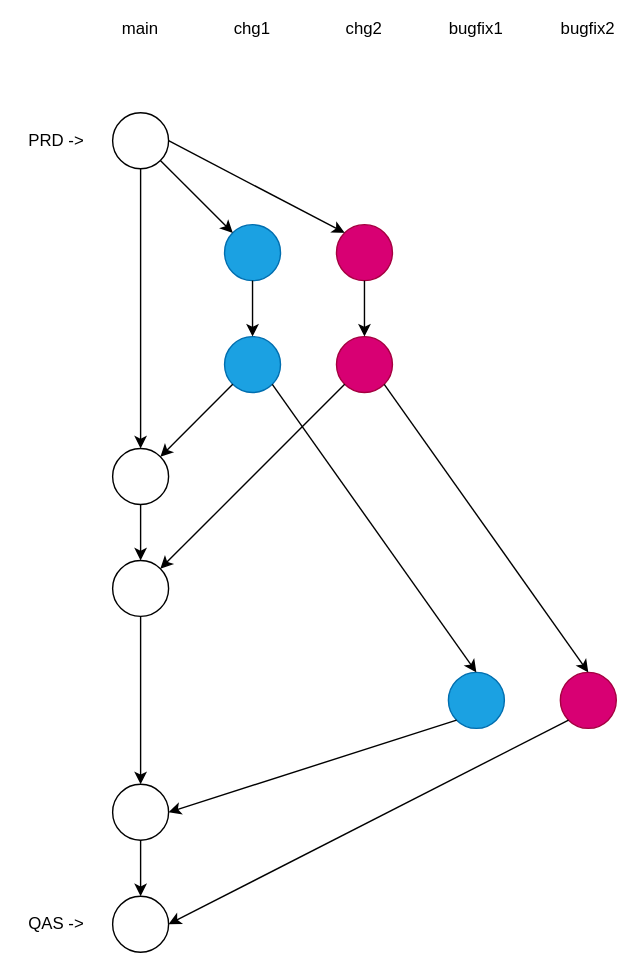
Before: bugfixed2.drawio.svg, a diagram exported from draw.io (larshp/two-alv-reports). Source tidied: cells renumbered, new cells last; positions are measured from the earlier drawing's top-left corner, leaving out a move shared by most shapes. Its diagram source:
```xml
<mxGraphModel background="#ffffff">
  <root>
    <mxCell id="0" />
    <mxCell id="1" parent="0" />
    <mxCell id="2" style="ellipse;whiteSpace=wrap;html=1;" parent="1" vertex="1">
      <mxGeometry x="80" y="80" width="40" height="40" as="geometry" />
    </mxCell>
    <mxCell id="3" style="ellipse;whiteSpace=wrap;html=1;fillColor=#1ba1e2;fontColor=#ffffff;strokeColor=#006EAF;" parent="1" vertex="1">
      <mxGeometry x="160" y="160" width="40" height="40" as="geometry" />
    </mxCell>
    <mxCell id="4" style="ellipse;whiteSpace=wrap;html=1;fillColor=#d80073;fontColor=#ffffff;strokeColor=#A50040;" parent="1" vertex="1">
      <mxGeometry x="240" y="160" width="40" height="40" as="geometry" />
    </mxCell>
    <mxCell id="5" value="main" style="text;html=1;strokeColor=none;fillColor=none;align=center;verticalAlign=middle;whiteSpace=wrap;rounded=0;" parent="1" vertex="1">
      <mxGeometry x="80" width="40" height="40" as="geometry" />
    </mxCell>
    <mxCell id="6" value="chg1" style="text;html=1;strokeColor=none;fillColor=none;align=center;verticalAlign=middle;whiteSpace=wrap;rounded=0;" parent="1" vertex="1">
      <mxGeometry x="160" width="40" height="40" as="geometry" />
    </mxCell>
    <mxCell id="7" value="chg2" style="text;html=1;strokeColor=none;fillColor=none;align=center;verticalAlign=middle;whiteSpace=wrap;rounded=0;" parent="1" vertex="1">
      <mxGeometry x="240" width="40" height="40" as="geometry" />
    </mxCell>
    <mxCell id="8" style="endArrow=classic;html=1;exitX=1;exitY=1;exitDx=0;exitDy=0;entryX=0;entryY=0;entryDx=0;entryDy=0;" parent="1" edge="1" source="2" target="3">
      <mxGeometry relative="1" as="geometry" />
    </mxCell>
    <mxCell id="9" style="endArrow=classic;html=1;exitX=1;exitY=0.5;exitDx=0;exitDy=0;entryX=0;entryY=0;entryDx=0;entryDy=0;" parent="1" edge="1" source="2" target="4">
      <mxGeometry relative="1" as="geometry" />
    </mxCell>
    <mxCell id="10" style="ellipse;whiteSpace=wrap;html=1;fillColor=#1ba1e2;fontColor=#ffffff;strokeColor=#006EAF;" parent="1" vertex="1">
      <mxGeometry x="160" y="240" width="40" height="40" as="geometry" />
    </mxCell>
    <mxCell id="11" style="ellipse;whiteSpace=wrap;html=1;fillColor=#d80073;fontColor=#ffffff;strokeColor=#A50040;" parent="1" vertex="1">
      <mxGeometry x="240" y="240" width="40" height="40" as="geometry" />
    </mxCell>
    <mxCell id="12" style="endArrow=classic;html=1;exitX=0.5;exitY=1;exitDx=0;exitDy=0;entryX=0.5;entryY=0;entryDx=0;entryDy=0;" parent="1" edge="1" source="3" target="10">
      <mxGeometry relative="1" as="geometry" />
    </mxCell>
    <mxCell id="13" style="endArrow=classic;html=1;exitX=0.5;exitY=1;exitDx=0;exitDy=0;entryX=0.5;entryY=0;entryDx=0;entryDy=0;" parent="1" edge="1" source="4" target="11">
      <mxGeometry relative="1" as="geometry" />
    </mxCell>
    <mxCell id="14" value="PRD -&amp;gt;" style="text;html=1;strokeColor=none;fillColor=none;align=center;verticalAlign=middle;whiteSpace=wrap;rounded=0;" parent="1" vertex="1">
      <mxGeometry y="85" width="80" height="30" as="geometry" />
    </mxCell>
    <mxCell id="15" style="ellipse;whiteSpace=wrap;html=1;" parent="1" vertex="1">
      <mxGeometry x="80" y="320" width="40" height="40" as="geometry" />
    </mxCell>
    <mxCell id="16" style="ellipse;whiteSpace=wrap;html=1;" parent="1" vertex="1">
      <mxGeometry x="80" y="400" width="40" height="40" as="geometry" />
    </mxCell>
    <mxCell id="17" style="endArrow=classic;html=1;exitX=0;exitY=1;exitDx=0;exitDy=0;entryX=1;entryY=0;entryDx=0;entryDy=0;" parent="1" edge="1" source="10" target="15">
      <mxGeometry relative="1" as="geometry" />
    </mxCell>
    <mxCell id="18" style="endArrow=classic;html=1;entryX=1;entryY=0;entryDx=0;entryDy=0;exitX=0;exitY=1;exitDx=0;exitDy=0;" parent="1" edge="1" source="11" target="16">
      <mxGeometry relative="1" as="geometry" />
    </mxCell>
    <mxCell id="19" style="endArrow=classic;html=1;exitX=0.5;exitY=1;exitDx=0;exitDy=0;entryX=0.5;entryY=0;entryDx=0;entryDy=0;" parent="1" edge="1" source="15" target="16">
      <mxGeometry relative="1" as="geometry" />
    </mxCell>
    <mxCell id="20" value="bugfix1" style="text;html=1;strokeColor=none;fillColor=none;align=center;verticalAlign=middle;whiteSpace=wrap;rounded=0;" parent="1" vertex="1">
      <mxGeometry x="320" width="40" height="40" as="geometry" />
    </mxCell>
    <mxCell id="21" value="bugfix2" style="text;html=1;strokeColor=none;fillColor=none;align=center;verticalAlign=middle;whiteSpace=wrap;rounded=0;" parent="1" vertex="1">
      <mxGeometry x="400" width="40" height="40" as="geometry" />
    </mxCell>
    <mxCell id="22" style="ellipse;whiteSpace=wrap;html=1;fillColor=#1ba1e2;fontColor=#ffffff;strokeColor=#006EAF;" parent="1" vertex="1">
      <mxGeometry x="320" y="480" width="40" height="40" as="geometry" />
    </mxCell>
    <mxCell id="23" style="ellipse;whiteSpace=wrap;html=1;fillColor=#d80073;fontColor=#ffffff;strokeColor=#A50040;" parent="1" vertex="1">
      <mxGeometry x="400" y="480" width="40" height="40" as="geometry" />
    </mxCell>
    <mxCell id="24" style="endArrow=classic;html=1;exitX=1;exitY=1;exitDx=0;exitDy=0;entryX=0.5;entryY=0;entryDx=0;entryDy=0;" parent="1" edge="1" source="10" target="22">
      <mxGeometry relative="1" as="geometry" />
    </mxCell>
    <mxCell id="25" style="endArrow=classic;html=1;exitX=1;exitY=1;exitDx=0;exitDy=0;entryX=0.5;entryY=0;entryDx=0;entryDy=0;" parent="1" edge="1" source="11" target="23">
      <mxGeometry relative="1" as="geometry" />
    </mxCell>
    <mxCell id="26" style="ellipse;whiteSpace=wrap;html=1;" parent="1" vertex="1">
      <mxGeometry x="80" y="560" width="40" height="40" as="geometry" />
    </mxCell>
    <mxCell id="27" value="QAS -&amp;gt;" style="text;html=1;strokeColor=none;fillColor=none;align=center;verticalAlign=middle;whiteSpace=wrap;rounded=0;" parent="1" vertex="1">
      <mxGeometry y="645" width="80" height="30" as="geometry" />
    </mxCell>
    <mxCell id="28" style="endArrow=classic;html=1;exitX=0;exitY=1;exitDx=0;exitDy=0;entryX=1;entryY=0.5;entryDx=0;entryDy=0;" parent="1" edge="1" source="22" target="26">
      <mxGeometry relative="1" as="geometry" />
    </mxCell>
    <mxCell id="29" style="endArrow=classic;html=1;entryX=0.5;entryY=0;entryDx=0;entryDy=0;exitX=0.5;exitY=1;exitDx=0;exitDy=0;" parent="1" edge="1" source="16" target="26">
      <mxGeometry relative="1" as="geometry" />
    </mxCell>
    <mxCell id="30" style="endArrow=classic;html=1;exitX=0;exitY=1;exitDx=0;exitDy=0;entryX=1;entryY=0.5;entryDx=0;entryDy=0;" parent="1" edge="1" source="23" target="31">
      <mxGeometry relative="1" as="geometry" />
    </mxCell>
    <mxCell id="31" style="ellipse;whiteSpace=wrap;html=1;" parent="1" vertex="1">
      <mxGeometry x="80" y="640" width="40" height="40" as="geometry" />
    </mxCell>
    <mxCell id="32" style="endArrow=classic;html=1;entryX=0.5;entryY=0;entryDx=0;entryDy=0;exitX=0.5;exitY=1;exitDx=0;exitDy=0;" parent="1" edge="1" source="26" target="31">
      <mxGeometry relative="1" as="geometry" />
    </mxCell>
    <mxCell id="33" style="endArrow=classic;html=1;exitX=0.5;exitY=1;exitDx=0;exitDy=0;entryX=0.5;entryY=0;entryDx=0;entryDy=0;" parent="1" edge="1" source="2" target="15">
      <mxGeometry relative="1" as="geometry" />
    </mxCell>
  </root>
</mxGraphModel>
```
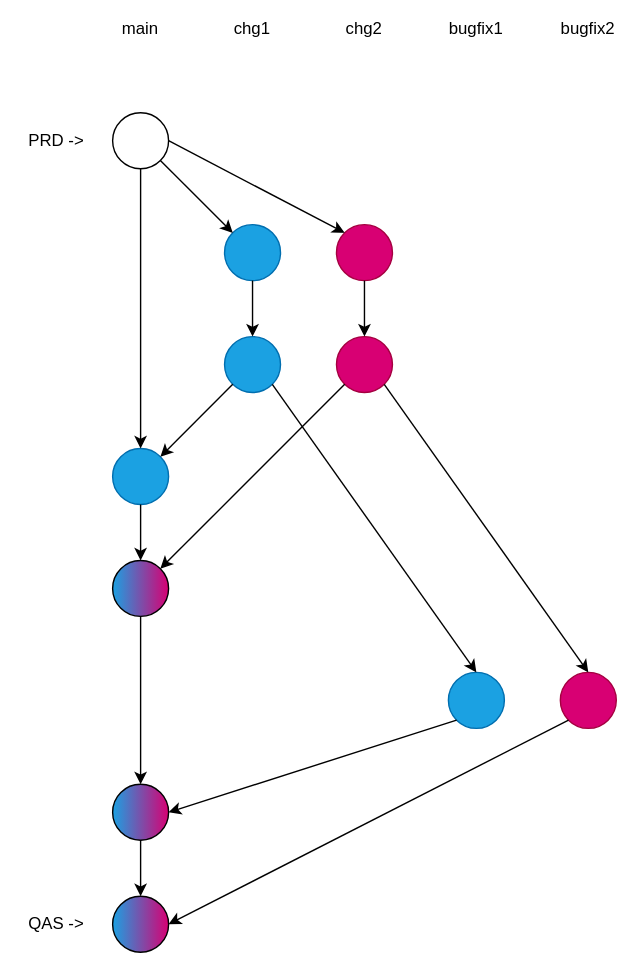
Later version of the same file.

The edit, as a diff of the source:
```diff
@@ -41,10 +41,10 @@
     <mxCell id="14" value="PRD -&amp;gt;" style="text;html=1;strokeColor=none;fillColor=none;align=center;verticalAlign=middle;whiteSpace=wrap;rounded=0;" parent="1" vertex="1">
       <mxGeometry y="85" width="80" height="30" as="geometry" />
     </mxCell>
-    <mxCell id="15" style="ellipse;whiteSpace=wrap;html=1;" parent="1" vertex="1">
+    <mxCell id="15" style="ellipse;whiteSpace=wrap;html=1;gradientColor=#1BA1E2;gradientDirection=west;fillColor=#1ba1e2;strokeColor=#006EAF;fontColor=#ffffff;" parent="1" vertex="1">
       <mxGeometry x="80" y="320" width="40" height="40" as="geometry" />
     </mxCell>
-    <mxCell id="16" style="ellipse;whiteSpace=wrap;html=1;" parent="1" vertex="1">
+    <mxCell id="16" style="ellipse;whiteSpace=wrap;html=1;fillColor=#D80073;gradientColor=#1BA1E2;gradientDirection=west;" parent="1" vertex="1">
       <mxGeometry x="80" y="400" width="40" height="40" as="geometry" />
     </mxCell>
     <mxCell id="17" style="endArrow=classic;html=1;exitX=0;exitY=1;exitDx=0;exitDy=0;entryX=1;entryY=0;entryDx=0;entryDy=0;" parent="1" edge="1" source="10" target="15">
@@ -74,7 +74,7 @@
     <mxCell id="25" style="endArrow=classic;html=1;exitX=1;exitY=1;exitDx=0;exitDy=0;entryX=0.5;entryY=0;entryDx=0;entryDy=0;" parent="1" edge="1" source="11" target="23">
       <mxGeometry relative="1" as="geometry" />
     </mxCell>
-    <mxCell id="26" style="ellipse;whiteSpace=wrap;html=1;" parent="1" vertex="1">
+    <mxCell id="26" style="ellipse;whiteSpace=wrap;html=1;fillColor=#D80073;gradientColor=#1BA1E2;gradientDirection=west;" parent="1" vertex="1">
       <mxGeometry x="80" y="560" width="40" height="40" as="geometry" />
     </mxCell>
     <mxCell id="27" value="QAS -&amp;gt;" style="text;html=1;strokeColor=none;fillColor=none;align=center;verticalAlign=middle;whiteSpace=wrap;rounded=0;" parent="1" vertex="1">
@@ -89,7 +89,7 @@
     <mxCell id="30" style="endArrow=classic;html=1;exitX=0;exitY=1;exitDx=0;exitDy=0;entryX=1;entryY=0.5;entryDx=0;entryDy=0;" parent="1" edge="1" source="23" target="31">
       <mxGeometry relative="1" as="geometry" />
     </mxCell>
-    <mxCell id="31" style="ellipse;whiteSpace=wrap;html=1;" parent="1" vertex="1">
+    <mxCell id="31" style="ellipse;whiteSpace=wrap;html=1;fillColor=#D80073;gradientColor=#1BA1E2;gradientDirection=west;" parent="1" vertex="1">
       <mxGeometry x="80" y="640" width="40" height="40" as="geometry" />
     </mxCell>
     <mxCell id="32" style="endArrow=classic;html=1;entryX=0.5;entryY=0;entryDx=0;entryDy=0;exitX=0.5;exitY=1;exitDx=0;exitDy=0;" parent="1" edge="1" source="26" target="31">
```
